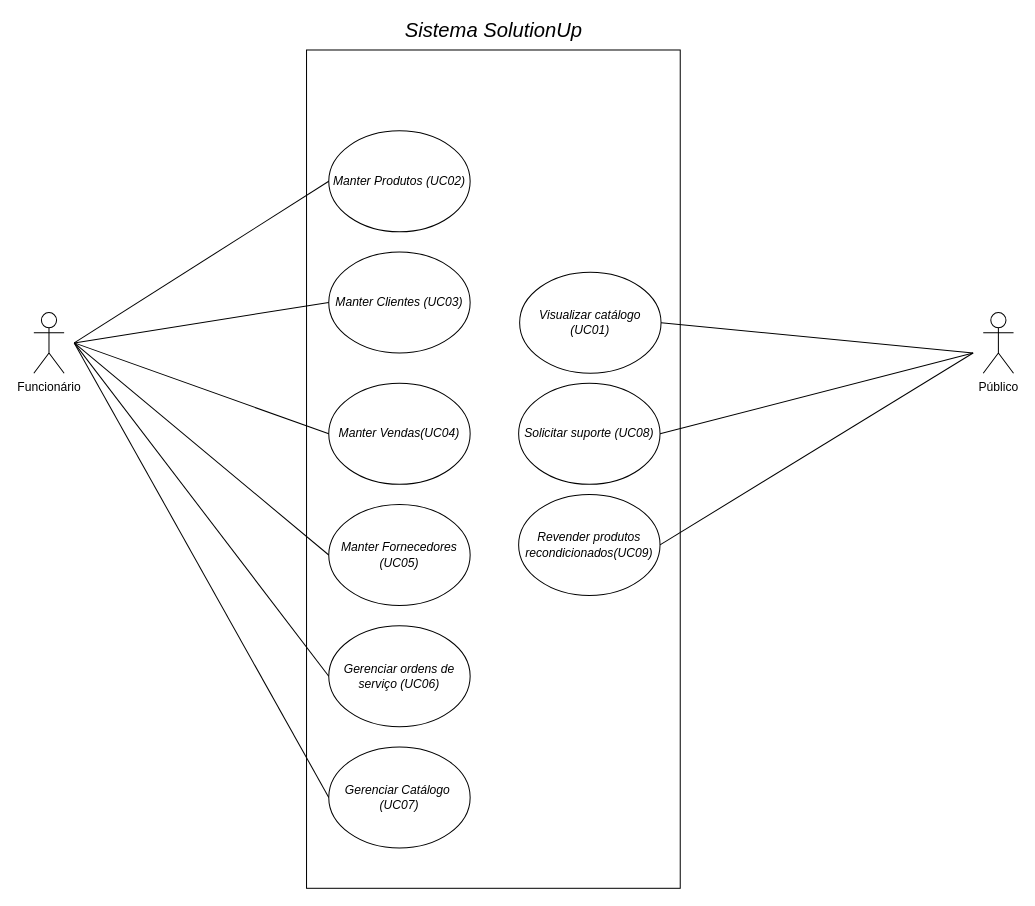
Above: 29-Mapeamento de Atores e Diagrama de Casos de Uso do Subsistema/SolutionUp_Diagrama de UCs.drawio in emersonsoaresdasilva/projeto-ope (draw.io), before the change. Source tidied: cells renumbered, new cells numbered last; positions are measured from the earlier drawing's top-left corner, leaving out a move shared by most shapes. Both pictures are drawn from the tidied source at 101%, with x=0, y=0 at pixel (33, 19).
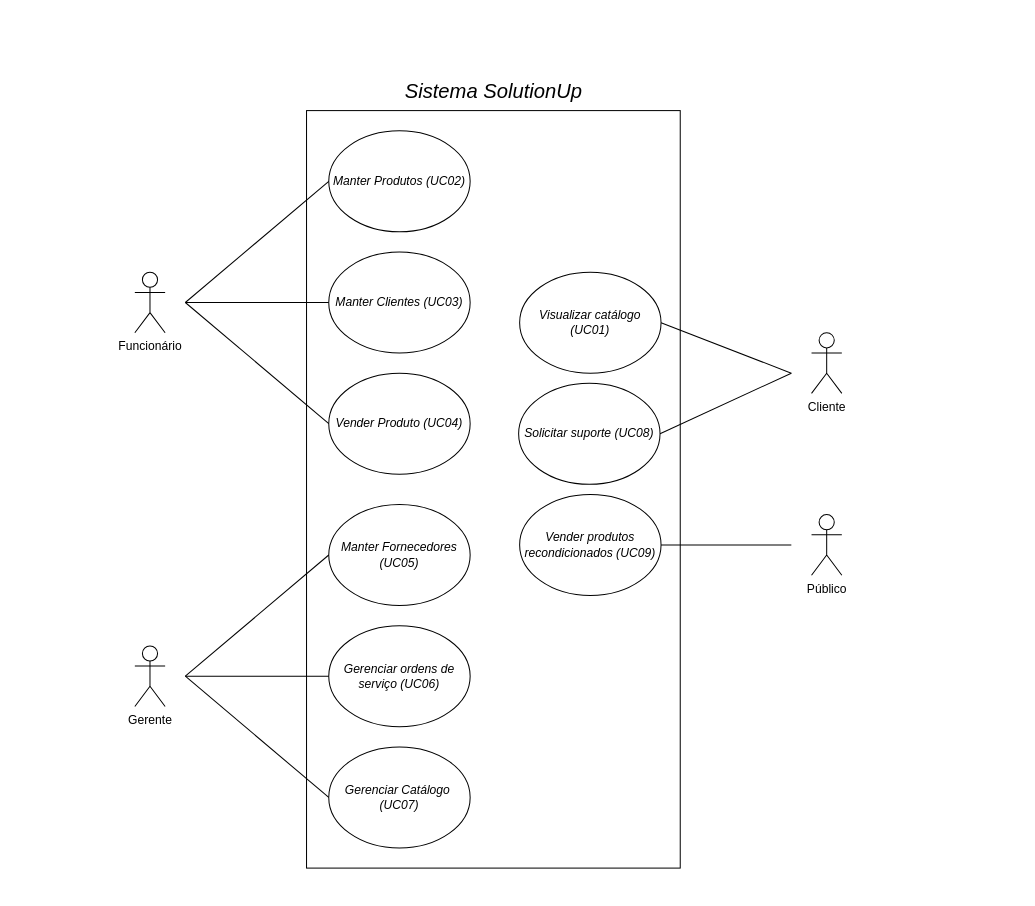
The same diagram, later.

Unchanged cells that the change refers to:
```xml
<mxCell id="5" value="Visualizar catálogo (UC01)" style="ellipse;whiteSpace=wrap;html=1;fontStyle=2;" parent="1" vertex="1">
  <mxGeometry x="481" y="250" width="140" height="100" as="geometry" />
</mxCell>
<mxCell id="6" value="Solicitar suporte (UC08)" style="ellipse;whiteSpace=wrap;html=1;fontStyle=2;" parent="1" vertex="1">
  <mxGeometry x="480" y="360" width="140" height="100" as="geometry" />
</mxCell>
<mxCell id="8" value="Manter Clientes (UC03)" style="ellipse;whiteSpace=wrap;html=1;fontStyle=2;" parent="1" vertex="1">
  <mxGeometry x="292" y="230" width="140" height="100" as="geometry" />
</mxCell>
<mxCell id="9" value="Manter Produtos (UC02)" style="ellipse;whiteSpace=wrap;html=1;fontStyle=2;" parent="1" vertex="1">
  <mxGeometry x="292" y="110" width="140" height="100" as="geometry" />
</mxCell>
<mxCell id="10" value="Gerenciar ordens de serviço (UC06)" style="ellipse;whiteSpace=wrap;html=1;fontStyle=2;" parent="1" vertex="1">
  <mxGeometry x="292" y="600" width="140" height="100" as="geometry" />
</mxCell>
<mxCell id="11" value="Gerenciar Catálogo&amp;nbsp; (UC07)" style="ellipse;whiteSpace=wrap;html=1;fontStyle=2;" parent="1" vertex="1">
  <mxGeometry x="292" y="720" width="140" height="100" as="geometry" />
</mxCell>
<mxCell id="22" value="Manter Fornecedores (UC05)" style="ellipse;whiteSpace=wrap;html=1;fontStyle=2;" parent="1" vertex="1">
  <mxGeometry x="292" y="480" width="140" height="100" as="geometry" />
</mxCell>
```

Diff of the diagram source:
```diff
@@
     <mxCell id="2" style="rounded=0;whiteSpace=wrap;html=1;" parent="1" vertex="1">
-      <mxGeometry x="270" y="30" width="370" height="830" as="geometry" />
+      <mxGeometry x="270" y="90" width="370" height="750" as="geometry" />
     </mxCell>
     <mxCell id="3" value="Funcionário" style="shape=umlActor;verticalLabelPosition=bottom;verticalAlign=top;html=1;" parent="1" vertex="1">
-      <mxGeometry y="290" width="30" height="60" as="geometry" />
+      <mxGeometry x="100" y="250" width="30" height="60" as="geometry" />
     </mxCell>
-    <mxCell id="4" value="Público" style="shape=umlActor;verticalLabelPosition=bottom;verticalAlign=top;html=1;" parent="1" vertex="1">
-      <mxGeometry x="940" y="290" width="30" height="60" as="geometry" />
+    <mxCell id="4" value="Cliente" style="shape=umlActor;verticalLabelPosition=bottom;verticalAlign=top;html=1;" parent="1" vertex="1">
+      <mxGeometry x="770" y="310" width="30" height="60" as="geometry" />
     </mxCell>
@@
     <mxCell id="7" value="&lt;font style=&quot;font-size: 20px&quot;&gt;&lt;span&gt;&lt;span&gt;Sistema SolutionUp&lt;/span&gt;&lt;/span&gt;&lt;/font&gt;" style="text;html=1;align=center;verticalAlign=middle;fontStyle=2;" parent="1" vertex="1">
-      <mxGeometry x="360" width="190" height="20" as="geometry" />
+      <mxGeometry x="360" y="60" width="190" height="20" as="geometry" />
     </mxCell>
@@
-    <mxCell id="12" value="Revender produtos recondicionados(UC09)" style="ellipse;whiteSpace=wrap;html=1;fontStyle=2;" parent="1" vertex="1">
-      <mxGeometry x="480" y="470" width="140" height="100" as="geometry" />
+    <mxCell id="12" value="Vender produtos recondicionados (UC09)" style="ellipse;whiteSpace=wrap;html=1;fontStyle=2;" parent="1" vertex="1">
+      <mxGeometry x="481" y="470" width="140" height="100" as="geometry" />
     </mxCell>
-    <mxCell id="13" value="Manter Vendas(UC04)" style="ellipse;whiteSpace=wrap;html=1;fontStyle=2;" parent="1" vertex="1">
-      <mxGeometry x="292" y="360" width="140" height="100" as="geometry" />
+    <mxCell id="13" value="Vender Produto (UC04)" style="ellipse;whiteSpace=wrap;html=1;fontStyle=2;" parent="1" vertex="1">
+      <mxGeometry x="292" y="350" width="140" height="100" as="geometry" />
     </mxCell>
     <mxCell id="14" style="endArrow=none;html=1;exitX=0;exitY=0.5;exitDx=0;exitDy=0;" parent="1" edge="1" source="11">
       <mxGeometry relative="1" as="geometry">
-        <mxPoint x="40" y="320" as="targetPoint" />
+        <mxPoint x="150" y="650" as="targetPoint" />
       </mxGeometry>
     </mxCell>
     <mxCell id="15" style="endArrow=none;html=1;exitX=0;exitY=0.5;exitDx=0;exitDy=0;" parent="1" edge="1" source="10">
       <mxGeometry relative="1" as="geometry">
-        <mxPoint x="40" y="320" as="targetPoint" />
+        <mxPoint x="150" y="650" as="targetPoint" />
       </mxGeometry>
     </mxCell>
     <mxCell id="16" style="endArrow=none;html=1;exitX=0;exitY=0.5;exitDx=0;exitDy=0;" parent="1" edge="1" source="13">
       <mxGeometry relative="1" as="geometry">
-        <mxPoint x="40" y="320" as="targetPoint" />
+        <mxPoint x="150" y="280" as="targetPoint" />
       </mxGeometry>
     </mxCell>
     <mxCell id="17" style="endArrow=none;html=1;exitX=1;exitY=0.5;exitDx=0;exitDy=0;" parent="1" edge="1" source="5">
       <mxGeometry relative="1" as="geometry">
-        <mxPoint x="930" y="330" as="targetPoint" />
+        <mxPoint x="750" y="350" as="targetPoint" />
       </mxGeometry>
     </mxCell>
-    <mxCell id="18" style="endArrow=none;html=1;entryX=1;entryY=0.5;entryDx=0;entryDy=0;" parent="1" edge="1" target="6">
+    <mxCell id="18" style="endArrow=none;html=1;" parent="1" edge="1">
       <mxGeometry relative="1" as="geometry">
-        <mxPoint x="930" y="330" as="sourcePoint" />
+        <mxPoint x="750" y="350" as="sourcePoint" />
+        <mxPoint x="620" y="410" as="targetPoint" />
       </mxGeometry>
     </mxCell>
     <mxCell id="19" style="endArrow=none;html=1;exitX=0;exitY=0.5;exitDx=0;exitDy=0;" parent="1" edge="1" source="8">
       <mxGeometry relative="1" as="geometry">
-        <mxPoint x="40" y="320" as="targetPoint" />
+        <mxPoint x="150" y="280" as="targetPoint" />
       </mxGeometry>
     </mxCell>
     <mxCell id="20" style="endArrow=none;html=1;exitX=0;exitY=0.5;exitDx=0;exitDy=0;" parent="1" edge="1" source="9">
       <mxGeometry relative="1" as="geometry">
-        <mxPoint x="40" y="320" as="targetPoint" />
+        <mxPoint x="150" y="280" as="targetPoint" />
       </mxGeometry>
     </mxCell>
     <mxCell id="21" style="endArrow=none;html=1;entryX=1;entryY=0.5;entryDx=0;entryDy=0;" parent="1" edge="1" target="12">
       <mxGeometry relative="1" as="geometry">
-        <mxPoint x="930" y="330" as="sourcePoint" />
+        <mxPoint x="750" y="520" as="sourcePoint" />
       </mxGeometry>
     </mxCell>
@@
     <mxCell id="23" style="endArrow=none;html=1;exitX=0;exitY=0.5;exitDx=0;exitDy=0;" parent="1" edge="1" source="22">
       <mxGeometry relative="1" as="geometry">
-        <mxPoint x="40" y="320" as="targetPoint" />
+        <mxPoint x="150" y="650" as="targetPoint" />
       </mxGeometry>
     </mxCell>
+    <mxCell id="24" value="Gerente" style="shape=umlActor;verticalLabelPosition=bottom;verticalAlign=top;html=1;" parent="1" vertex="1">
+      <mxGeometry x="100" y="620" width="30" height="60" as="geometry" />
+    </mxCell>
+    <mxCell id="25" value="Público" style="shape=umlActor;verticalLabelPosition=bottom;verticalAlign=top;html=1;" parent="1" vertex="1">
+      <mxGeometry x="770" y="490" width="30" height="60" as="geometry" />
+    </mxCell>
```
